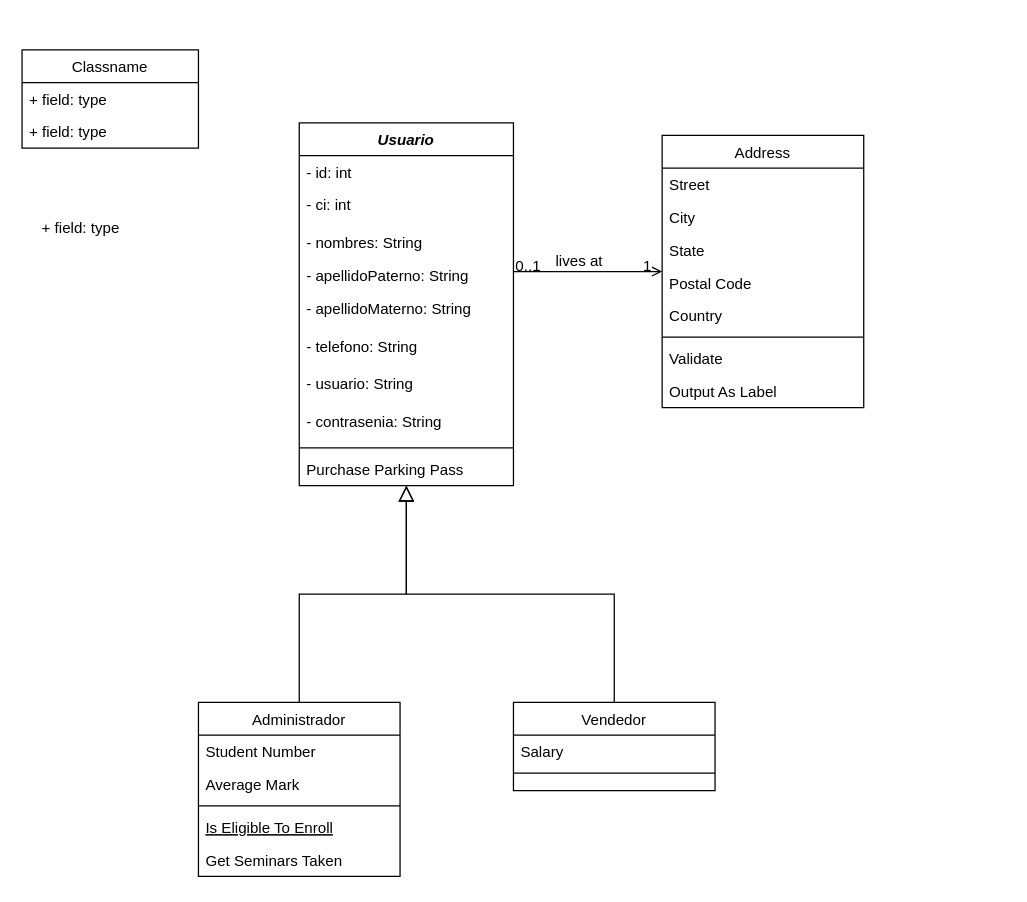
Frealdicorp/P1-TIENDA keeps this draw.io diagram as doc/caso_de_uso/Untitled Diagram.drawio. Above is the earlier version. Source tidied: cells renumbered, new cells numbered last; positions are measured from the earlier drawing's top-left corner, leaving out a move shared by most shapes. Both pictures are drawn from the tidied source at 126%, with x=0, y=0 at pixel (21, 49).
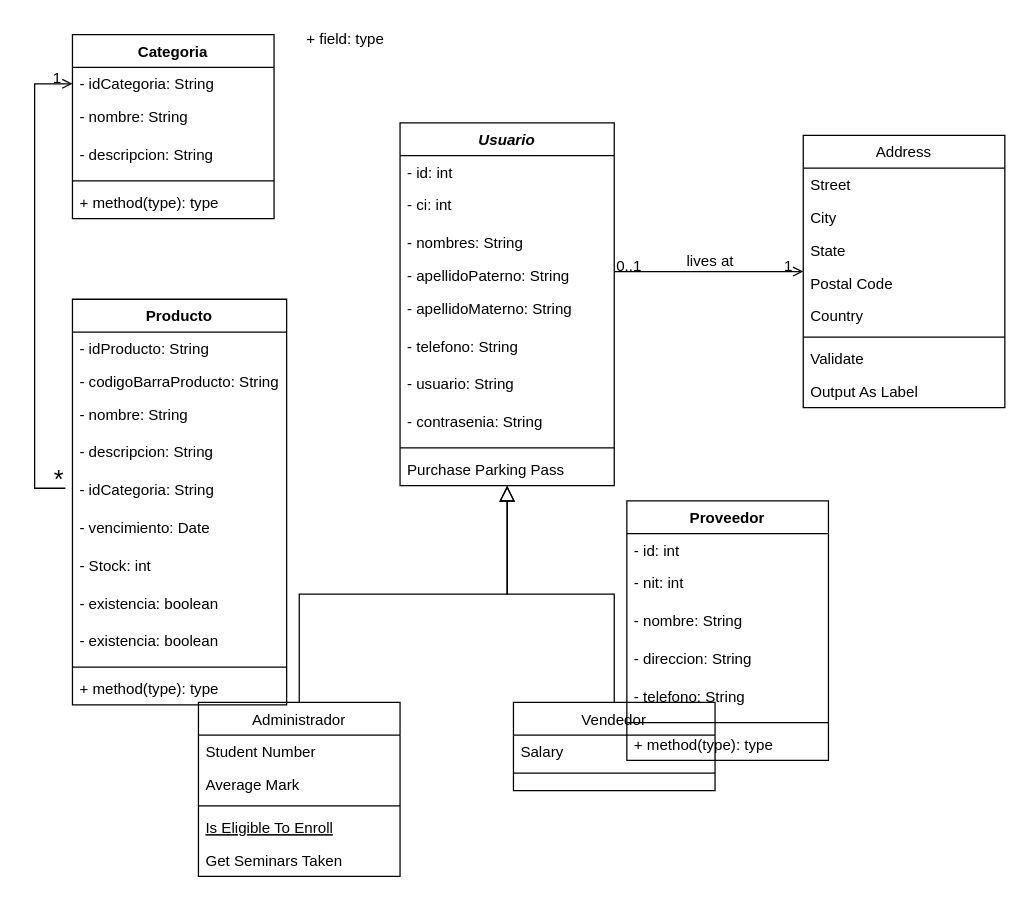
Above is the later version.

Change to the diagram source:
```diff
@@
     <mxCell id="2" value="Usuario" style="swimlane;fontStyle=3;align=center;verticalAlign=top;horizontal=1;startSize=26;rounded=0;shadow=0;strokeWidth=1;" parent="1" vertex="1">
-      <mxGeometry x="220" y="58" width="170" height="288" as="geometry" />
+      <mxGeometry x="300" y="58" width="170" height="288" as="geometry" />
     </mxCell>
@@
     <mxCell id="24" value="Address" style="swimlane;fontStyle=0;align=center;verticalAlign=top;horizontal=1;startSize=26;rounded=0;shadow=0;strokeWidth=1;" parent="1" vertex="1">
-      <mxGeometry x="508" y="68" width="160" height="216" as="geometry" />
+      <mxGeometry x="620" y="68" width="160" height="216" as="geometry" />
     </mxCell>
@@
-    <mxCell id="37" value="Classname" style="swimlane;fontStyle=0;horizontal=1;startSize=26;fillColor=none;fontColor=#000000;" parent="1" vertex="1">
-      <mxGeometry width="140" height="78" as="geometry" />
-    </mxCell>
+    <mxCell id="41" value="Proveedor" style="swimlane;fontStyle=1;align=center;verticalAlign=top;horizontal=1;startSize=26;fontColor=#000000;" parent="1" vertex="1">
+      <mxGeometry x="480" y="358" width="160" height="206" as="geometry" />
+    </mxCell>
+    <mxCell id="42" value="- id: int" style="text;strokeColor=none;fillColor=none;align=left;verticalAlign=top;spacingLeft=4;spacingRight=4;overflow=hidden;fontColor=#000000;" parent="41" vertex="1">
+      <mxGeometry y="26" width="160" height="26" as="geometry" />
+    </mxCell>
+    <mxCell id="43" value="- nit: int" style="text;strokeColor=none;fillColor=none;align=left;verticalAlign=top;spacingLeft=4;spacingRight=4;overflow=hidden;fontColor=#000000;" parent="41" vertex="1">
+      <mxGeometry y="52" width="160" height="30" as="geometry" />
+    </mxCell>
+    <mxCell id="44" value="- nombre: String" style="text;strokeColor=none;fillColor=none;align=left;verticalAlign=top;spacingLeft=4;spacingRight=4;overflow=hidden;fontColor=#000000;" parent="41" vertex="1">
+      <mxGeometry y="82" width="160" height="30" as="geometry" />
+    </mxCell>
+    <mxCell id="45" value="- direccion: String" style="text;strokeColor=none;fillColor=none;align=left;verticalAlign=top;spacingLeft=4;spacingRight=4;overflow=hidden;fontColor=#000000;" parent="41" vertex="1">
+      <mxGeometry y="112" width="160" height="30" as="geometry" />
+    </mxCell>
+    <mxCell id="46" value="- telefono: String" style="text;strokeColor=none;fillColor=none;align=left;verticalAlign=top;spacingLeft=4;spacingRight=4;overflow=hidden;fontColor=#000000;" parent="41" vertex="1">
+      <mxGeometry y="142" width="160" height="30" as="geometry" />
+    </mxCell>
+    <mxCell id="47" style="line;strokeWidth=1;fillColor=none;align=left;verticalAlign=middle;spacingTop=-1;spacingLeft=3;spacingRight=3;labelPosition=right;fontColor=#000000;" parent="41" vertex="1">
+      <mxGeometry y="172" width="160" height="8" as="geometry" />
+    </mxCell>
+    <mxCell id="48" value="+ method(type): type" style="text;strokeColor=none;fillColor=none;align=left;verticalAlign=top;spacingLeft=4;spacingRight=4;overflow=hidden;fontColor=#000000;" parent="41" vertex="1">
+      <mxGeometry y="180" width="160" height="26" as="geometry" />
+    </mxCell>
+    <mxCell id="49" value="+ field: type" style="text;strokeColor=none;fillColor=none;align=left;verticalAlign=top;spacingLeft=4;spacingRight=4;overflow=hidden;fontColor=#000000;" parent="1" vertex="1">
+      <mxGeometry x="220" y="-22" width="170" height="30" as="geometry" />
+    </mxCell>
+    <mxCell id="50" value="Categoria" style="swimlane;fontStyle=1;align=center;verticalAlign=top;horizontal=1;startSize=26;fontColor=#000000;" parent="1" vertex="1">
+      <mxGeometry x="40" y="-12" width="160" height="146" as="geometry" />
+    </mxCell>
+    <mxCell id="51" value="- idCategoria: String" style="text;strokeColor=none;fillColor=none;align=left;verticalAlign=top;spacingLeft=4;spacingRight=4;overflow=hidden;points=[[0,0.5],[1,0.5]];portConstraint=eastwest;fontColor=#000000;" parent="50" vertex="1">
+      <mxGeometry y="26" width="160" height="26" as="geometry" />
+    </mxCell>
+    <mxCell id="52" value="- nombre: String" style="text;strokeColor=none;fillColor=none;align=left;verticalAlign=top;spacingLeft=4;spacingRight=4;overflow=hidden;fontColor=#000000;" parent="50" vertex="1">
+      <mxGeometry y="52" width="160" height="30" as="geometry" />
+    </mxCell>
+    <mxCell id="53" value="- descripcion: String" style="text;strokeColor=none;fillColor=none;align=left;verticalAlign=top;spacingLeft=4;spacingRight=4;overflow=hidden;fontColor=#000000;" parent="50" vertex="1">
+      <mxGeometry y="82" width="160" height="30" as="geometry" />
+    </mxCell>
+    <mxCell id="54" style="line;strokeWidth=1;fillColor=none;align=left;verticalAlign=middle;spacingTop=-1;spacingLeft=3;spacingRight=3;labelPosition=right;fontColor=#000000;" parent="50" vertex="1">
+      <mxGeometry y="112" width="160" height="8" as="geometry" />
+    </mxCell>
+    <mxCell id="55" value="+ method(type): type" style="text;strokeColor=none;fillColor=none;align=left;verticalAlign=top;spacingLeft=4;spacingRight=4;overflow=hidden;fontColor=#000000;" parent="50" vertex="1">
+      <mxGeometry y="120" width="160" height="26" as="geometry" />
+    </mxCell>
+    <mxCell id="56" value="Producto" style="swimlane;fontStyle=1;align=center;verticalAlign=top;horizontal=1;startSize=26;fontColor=#000000;" parent="1" vertex="1">
+      <mxGeometry x="40" y="198" width="170" height="322" as="geometry" />
+    </mxCell>
-    <mxCell id="38" value="+ field: type" style="text;strokeColor=none;fillColor=none;align=left;verticalAlign=top;spacingLeft=4;spacingRight=4;overflow=hidden;fontColor=#000000;" parent="37" vertex="1">
-      <mxGeometry y="26" width="140" height="26" as="geometry" />
+    <mxCell id="38" value="- idProducto: String" style="text;strokeColor=none;fillColor=none;align=left;verticalAlign=top;spacingLeft=4;spacingRight=4;overflow=hidden;fontColor=#000000;" parent="56" vertex="1">
+      <mxGeometry y="26" width="170" height="26" as="geometry" />
     </mxCell>
-    <mxCell id="39" value="+ field: type" style="text;strokeColor=none;fillColor=none;align=left;verticalAlign=top;spacingLeft=4;spacingRight=4;overflow=hidden;fontColor=#000000;" parent="37" vertex="1">
-      <mxGeometry y="52" width="140" height="26" as="geometry" />
+    <mxCell id="39" value="- codigoBarraProducto: String" style="text;strokeColor=none;fillColor=none;align=left;verticalAlign=top;spacingLeft=4;spacingRight=4;overflow=hidden;fontColor=#000000;" parent="56" vertex="1">
+      <mxGeometry y="52" width="170" height="26" as="geometry" />
     </mxCell>
+    <mxCell id="57" value="- nombre: String" style="text;strokeColor=none;fillColor=none;align=left;verticalAlign=top;spacingLeft=4;spacingRight=4;overflow=hidden;fontColor=#000000;" parent="56" vertex="1">
+      <mxGeometry y="78" width="170" height="30" as="geometry" />
+    </mxCell>
+    <mxCell id="58" value="- descripcion: String" style="text;strokeColor=none;fillColor=none;align=left;verticalAlign=top;spacingLeft=4;spacingRight=4;overflow=hidden;fontColor=#000000;" parent="56" vertex="1">
+      <mxGeometry y="108" width="170" height="30" as="geometry" />
+    </mxCell>
+    <mxCell id="59" value="- idCategoria: String" style="text;strokeColor=none;fillColor=none;align=left;verticalAlign=top;spacingLeft=4;spacingRight=4;overflow=hidden;points=[[0,0.5],[1,0.5]];portConstraint=eastwest;fontColor=#000000;" parent="56" vertex="1">
+      <mxGeometry y="138" width="170" height="30" as="geometry" />
+    </mxCell>
-    <mxCell id="40" value="+ field: type" style="text;strokeColor=none;fillColor=none;align=left;verticalAlign=top;spacingLeft=4;spacingRight=4;overflow=hidden;fontColor=#000000;" parent="1" vertex="1">
-      <mxGeometry x="10" y="128" width="140" height="30" as="geometry" />
+    <mxCell id="40" value="- vencimiento: Date" style="text;strokeColor=none;fillColor=none;align=left;verticalAlign=top;spacingLeft=4;spacingRight=4;overflow=hidden;fontColor=#000000;" parent="56" vertex="1">
+      <mxGeometry y="168" width="170" height="30" as="geometry" />
     </mxCell>
+    <mxCell id="60" value="- Stock: int" style="text;strokeColor=none;fillColor=none;align=left;verticalAlign=top;spacingLeft=4;spacingRight=4;overflow=hidden;fontColor=#000000;" parent="56" vertex="1">
+      <mxGeometry y="198" width="170" height="30" as="geometry" />
+    </mxCell>
+    <mxCell id="61" value="- existencia: boolean" style="text;strokeColor=none;fillColor=none;align=left;verticalAlign=top;spacingLeft=4;spacingRight=4;overflow=hidden;fontColor=#000000;" parent="56" vertex="1">
+      <mxGeometry y="228" width="170" height="30" as="geometry" />
+    </mxCell>
+    <mxCell id="62" value="- existencia: boolean" style="text;strokeColor=none;fillColor=none;align=left;verticalAlign=top;spacingLeft=4;spacingRight=4;overflow=hidden;fontColor=#000000;" parent="56" vertex="1">
+      <mxGeometry y="258" width="170" height="30" as="geometry" />
+    </mxCell>
+    <mxCell id="63" style="line;strokeWidth=1;fillColor=none;align=left;verticalAlign=middle;spacingTop=-1;spacingLeft=3;spacingRight=3;labelPosition=right;fontColor=#000000;" parent="56" vertex="1">
+      <mxGeometry y="288" width="170" height="8" as="geometry" />
+    </mxCell>
+    <mxCell id="64" value="+ method(type): type" style="text;strokeColor=none;fillColor=none;align=left;verticalAlign=top;spacingLeft=4;spacingRight=4;overflow=hidden;fontColor=#000000;" parent="56" vertex="1">
+      <mxGeometry y="296" width="170" height="26" as="geometry" />
+    </mxCell>
+    <mxCell id="65" style="endArrow=open;shadow=0;strokeWidth=1;rounded=0;endFill=1;edgeStyle=elbowEdgeStyle;elbow=vertical;align=center;exitX=-0.033;exitY=0.4;exitDx=0;exitDy=0;exitPerimeter=0;" parent="1" edge="1" source="59" target="51">
+      <mxGeometry x="0.5" y="41" relative="1" as="geometry">
+        <Array as="points">
+          <mxPoint x="10" y="148" />
+          <mxPoint x="130" y="168" />
+          <mxPoint x="20" y="148" />
+        </Array>
+        <mxPoint x="-40" y="32" as="offset" />
+      </mxGeometry>
+    </mxCell>
+    <mxCell id="66" value="*" style="align=right;verticalAlign=bottom;labelBackgroundColor=none;fontSize=20;fontStyle=0;" parent="65" vertex="1">
+      <mxGeometry x="-1" relative="1" as="geometry">
+        <mxPoint y="4" as="offset" />
+      </mxGeometry>
+    </mxCell>
+    <mxCell id="67" value="1" style="align=right;verticalAlign=bottom;labelBackgroundColor=none;fontSize=12;" parent="65" vertex="1">
+      <mxGeometry x="1" relative="1" as="geometry">
+        <mxPoint x="-7" y="4" as="offset" />
+      </mxGeometry>
+    </mxCell>
```
